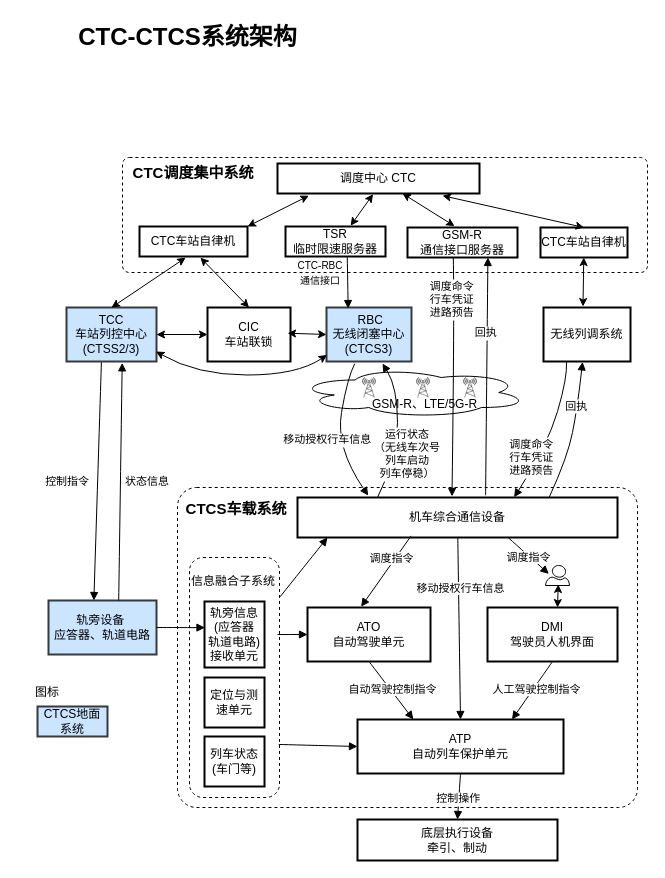
Before: CTC_CTCS_ATO.drawio in netCIS0xD/testRepository, a draw.io diagram. Source tidied: cells renumbered, new cells numbered last; positions are measured from the earlier drawing's top-left corner, leaving out a move shared by most shapes. Both pictures are drawn from the tidied source at 100%, with x=0, y=0 at pixel (17, 17).
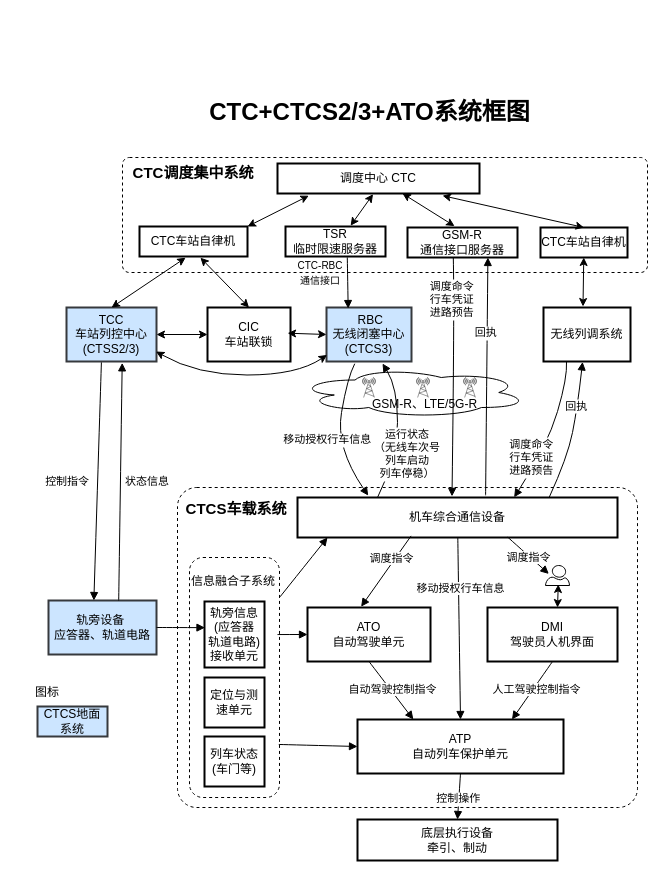
The same diagram, later.

What changed in the source:
```diff
@@
-    <mxCell id="46" value="CTC-CTCS系统架构" style="text;strokeColor=none;fillColor=none;html=1;fontSize=24;fontStyle=1;verticalAlign=middle;align=center;" parent="1" vertex="1">
-      <mxGeometry x="120" width="100" height="40" as="geometry" />
+    <mxCell id="46" value="CTC+CTCS2/3+ATO系统框图" style="text;strokeColor=none;fillColor=none;html=1;fontSize=24;fontStyle=1;verticalAlign=middle;align=center;" parent="1" vertex="1">
+      <mxGeometry x="161.5" y="70" width="380" height="50" as="geometry" />
     </mxCell>
```
